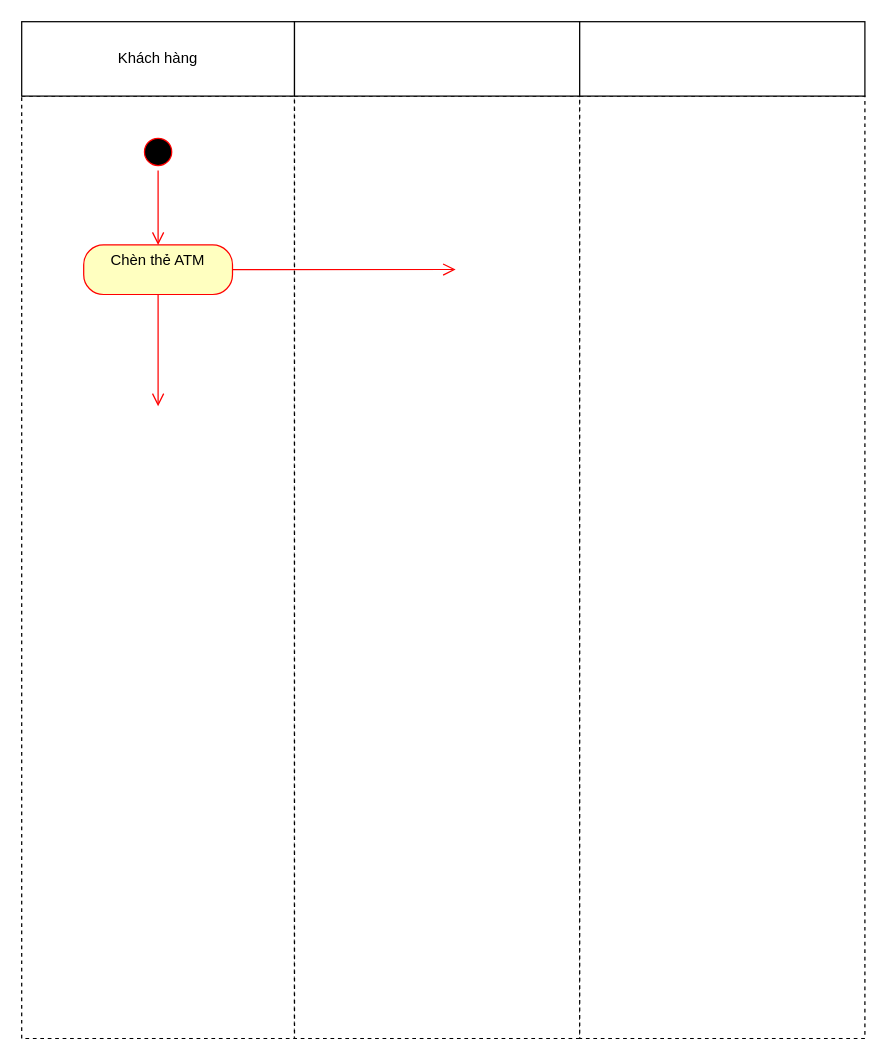
This is Activity_Diagram_BIeudohd_RUTTIENMAYATM.drawio from NgoAnhThanThien/thanthien123, a draw.io file, before an edit. Source tidied: cells renumbered, new cells numbered last; positions are measured from the earlier drawing's top-left corner, leaving out a move shared by most shapes. Both pictures are drawn from the tidied source at 124%, with x=0, y=0 at pixel (21, 21).
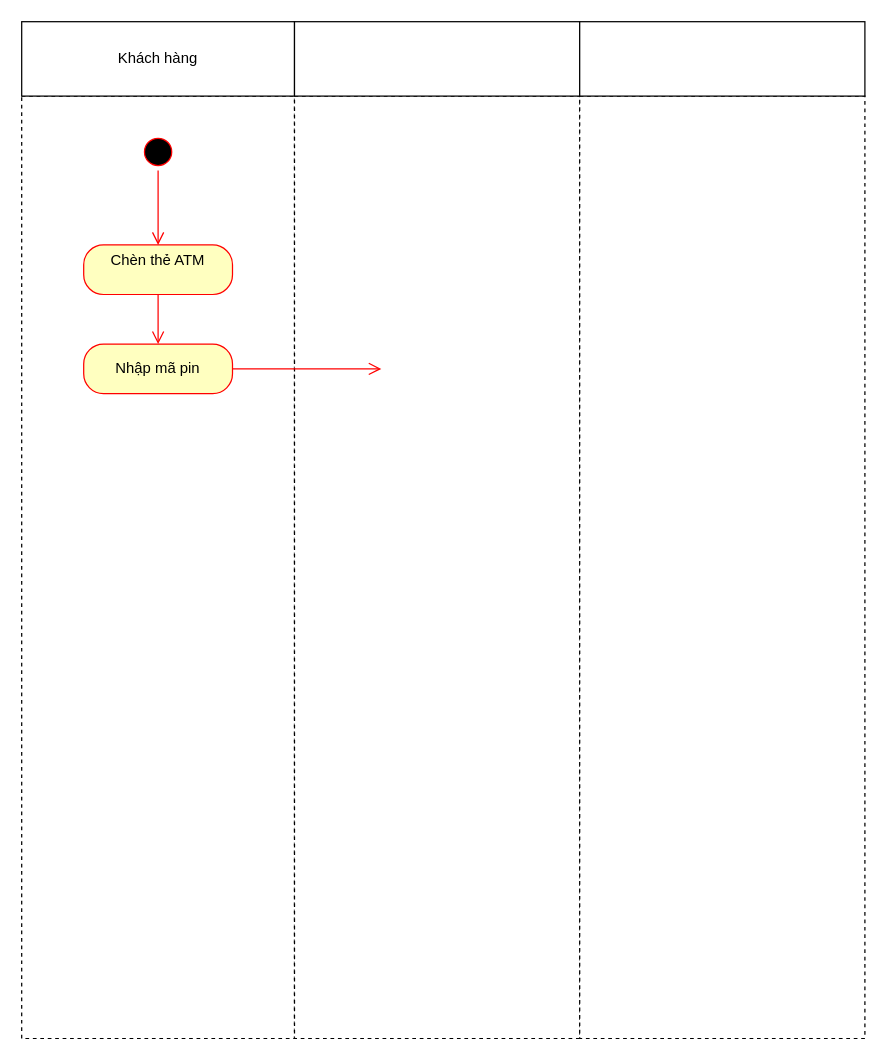
Above is the later version.

What changed in the source:
```diff
@@
 <mxGraphModel>
   <root>
     <mxCell id="0" />
     <mxCell id="1" parent="0" />
     <mxCell id="2" style="rounded=0;whiteSpace=wrap;html=1;dashed=1;" parent="1" vertex="1">
       <mxGeometry y="60" width="220" height="760" as="geometry" />
     </mxCell>
     <mxCell id="3" style="rounded=0;whiteSpace=wrap;html=1;dashed=1;" parent="1" vertex="1">
       <mxGeometry x="220" y="60" width="230" height="760" as="geometry" />
     </mxCell>
     <mxCell id="4" style="rounded=0;whiteSpace=wrap;html=1;dashed=1;" parent="1" vertex="1">
       <mxGeometry x="450" y="60" width="230" height="760" as="geometry" />
     </mxCell>
     <mxCell id="5" value="Khách hàng" style="rounded=0;whiteSpace=wrap;html=1;" parent="1" vertex="1">
       <mxGeometry width="220" height="60" as="geometry" />
     </mxCell>
     <mxCell id="6" style="rounded=0;whiteSpace=wrap;html=1;" parent="1" vertex="1">
       <mxGeometry x="220" width="230" height="60" as="geometry" />
     </mxCell>
     <mxCell id="7" style="rounded=0;whiteSpace=wrap;html=1;" parent="1" vertex="1">
       <mxGeometry x="450" width="230" height="60" as="geometry" />
     </mxCell>
     <mxCell id="8" style="ellipse;html=1;shape=startState;fillColor=#000000;strokeColor=#ff0000;" parent="1" vertex="1">
       <mxGeometry x="95" y="90" width="30" height="30" as="geometry" />
     </mxCell>
     <mxCell id="9" style="edgeStyle=orthogonalEdgeStyle;html=1;verticalAlign=bottom;endArrow=open;endSize=8;strokeColor=#ff0000;rounded=0;entryX=0.5;entryY=0;entryDx=0;entryDy=0;" parent="1" edge="1" source="8" target="10">
       <mxGeometry relative="1" as="geometry" />
     </mxCell>
     <mxCell id="10" value="Chèn thẻ ATM&lt;br&gt;&lt;div&gt;&lt;span style=&quot;color: rgba(0, 0, 0, 0); font-family: monospace; font-size: 0px; text-align: start; text-wrap-mode: nowrap;&quot;&gt;&lt;br&gt;&lt;/span&gt;&lt;/div&gt;" style="rounded=1;whiteSpace=wrap;html=1;arcSize=40;fontColor=#000000;fillColor=#ffffc0;strokeColor=#ff0000;" parent="1" vertex="1">
       <mxGeometry x="50" y="180" width="120" height="40" as="geometry" />
     </mxCell>
-    <mxCell id="11" style="edgeStyle=orthogonalEdgeStyle;html=1;verticalAlign=bottom;endArrow=open;endSize=8;strokeColor=#ff0000;rounded=0;entryX=0.5;entryY=0.329;entryDx=0;entryDy=0;entryPerimeter=0;" parent="1" edge="1" source="10" target="2">
-      <mxGeometry relative="1" as="geometry">
-        <Array as="points">
-          <mxPoint x="110" y="270" />
-          <mxPoint x="110" y="270" />
-        </Array>
-      </mxGeometry>
+    <mxCell id="11" style="edgeStyle=orthogonalEdgeStyle;html=1;verticalAlign=bottom;endArrow=open;endSize=8;strokeColor=#ff0000;rounded=0;entryX=0.5;entryY=0;entryDx=0;entryDy=0;" parent="1" edge="1" source="10" target="13">
+      <mxGeometry relative="1" as="geometry" />
     </mxCell>
-    <mxCell id="12" style="edgeStyle=orthogonalEdgeStyle;html=1;verticalAlign=bottom;endArrow=open;endSize=8;strokeColor=#ff0000;rounded=0;entryX=0.565;entryY=0.184;entryDx=0;entryDy=0;entryPerimeter=0;exitX=1;exitY=0.5;exitDx=0;exitDy=0;" parent="1" edge="1" source="10" target="3">
-      <mxGeometry relative="1" as="geometry" />
-    </mxCell>
+    <mxCell id="13" value="Nhập mã pin" style="rounded=1;whiteSpace=wrap;html=1;arcSize=40;fontColor=#000000;fillColor=#ffffc0;strokeColor=#ff0000;" parent="1" vertex="1">
+      <mxGeometry x="50" y="260" width="120" height="40" as="geometry" />
+    </mxCell>
+    <mxCell id="14" style="edgeStyle=orthogonalEdgeStyle;html=1;verticalAlign=bottom;endArrow=open;endSize=8;strokeColor=#ff0000;rounded=0;exitX=1;exitY=0.5;exitDx=0;exitDy=0;" parent="1" edge="1" source="13">
+      <mxGeometry relative="1" as="geometry">
+        <mxPoint x="290" y="280" as="targetPoint" />
+      </mxGeometry>
+    </mxCell>
   </root>
 </mxGraphModel>
```
